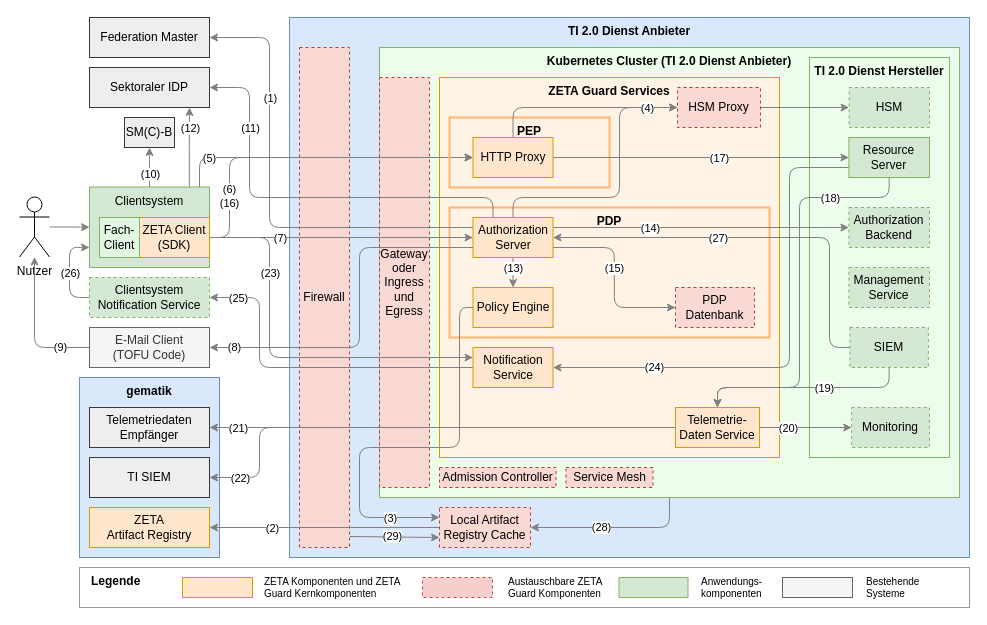
Before: src/drawio/Zero-Trust-Architektur.drawio in gematik/zeta, a draw.io diagram. Source tidied: cells renumbered, new cells numbered last; positions are measured from the earlier drawing's top-left corner, leaving out a move shared by most shapes. Both pictures are drawn from the tidied source at 100%, with x=0, y=0 at pixel (19, 17).
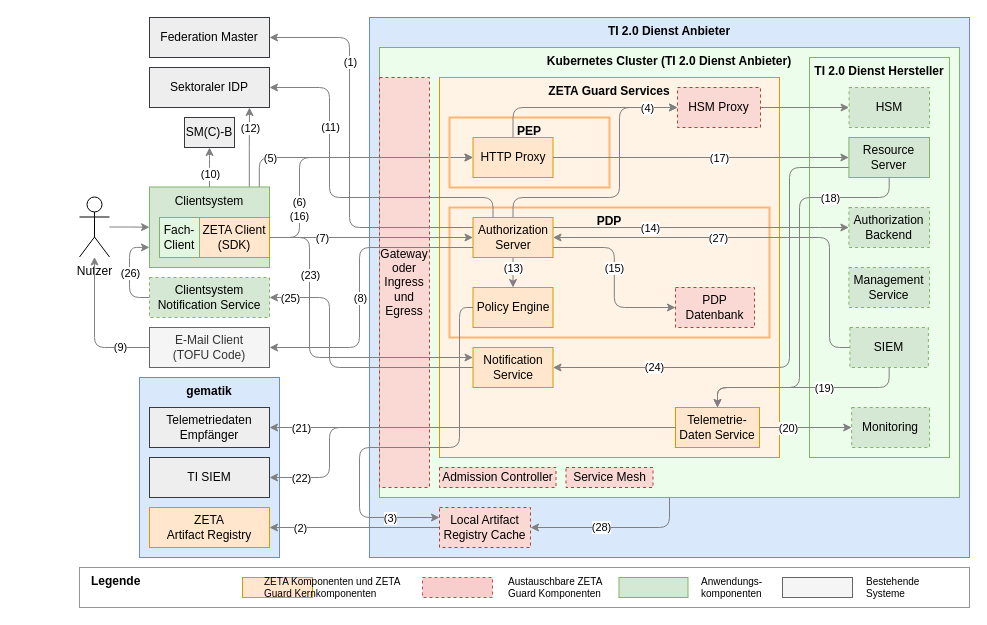
The same diagram, later.

Commit message (it also covers changes not shown here):
chore: Update Zero-Trust-Architektur diagram layout and remove client-instance and test schema files.

The change refers to these unchanged cells:
```xml
<mxCell id="25" value="Authorization Server" style="rounded=0;whiteSpace=wrap;html=1;fillColor=#ffe6cc;strokeColor=#d79b00;" parent="1" vertex="1">
  <mxGeometry x="453.5" y="200" width="80" height="40" as="geometry" />
</mxCell>
<mxCell id="34" value="Telemetrie-Daten&amp;nbsp;&lt;span style=&quot;background-color: initial;&quot;&gt;Service&lt;/span&gt;" style="rounded=0;whiteSpace=wrap;html=1;fillColor=#ffe6cc;strokeColor=#d79b00;" parent="1" vertex="1">
  <mxGeometry x="656" y="390" width="84" height="40" as="geometry" />
</mxCell>
<mxCell id="70" style="edgeStyle=orthogonalEdgeStyle;rounded=1;jettySize=auto;html=1;entryX=1;entryY=0.5;entryDx=0;entryDy=0;exitX=0;exitY=0.75;exitDx=0;exitDy=0;curved=0;strokeColor=#808080;" parent="1" edge="1" source="25" target="50">
  <mxGeometry relative="1" as="geometry">
    <Array as="points">
      <mxPoint x="340" y="230" />
      <mxPoint x="340" y="330" />
    </Array>
  </mxGeometry>
</mxCell>
<mxCell id="80" value="HTTP Proxy" style="rounded=0;whiteSpace=wrap;html=1;fillColor=#ffe6cc;strokeColor=#d79b00;" parent="1" vertex="1">
  <mxGeometry x="453.5" y="120" width="80" height="40" as="geometry" />
</mxCell>
<mxCell id="89" value="&lt;div&gt;Notification Service&lt;/div&gt;" style="rounded=0;whiteSpace=wrap;html=1;fillColor=#ffe6cc;strokeColor=#d79b00;" parent="1" vertex="1">
  <mxGeometry x="453.5" y="330" width="80" height="40" as="geometry" />
</mxCell>
<mxCell id="104" value="Local Artifact Registry Cache" style="rounded=0;whiteSpace=wrap;html=1;dashed=1;fillColor=#fad9d5;strokeColor=#ae4132;" parent="1" vertex="1">
  <mxGeometry x="420" y="490" width="91" height="40" as="geometry" />
</mxCell>
```

Diff of the diagram source:
```diff
@@
+    <mxCell id="15" value="&lt;b&gt;gematik&lt;/b&gt;" style="rounded=0;whiteSpace=wrap;html=1;align=center;verticalAlign=top;strokeColor=#6c8ebf;fillColor=#dae8fc;" parent="1" vertex="1">
+      <mxGeometry x="120" y="360" width="140" height="180" as="geometry" />
+    </mxCell>
     <mxCell id="2" value="&lt;b&gt;TI 2.0 Dienst Anbieter&lt;/b&gt;" style="rounded=0;whiteSpace=wrap;html=1;align=center;verticalAlign=top;strokeColor=#6c8ebf;fillColor=#dae8fc;" parent="1" vertex="1">
-      <mxGeometry x="270" width="680" height="540" as="geometry" />
+      <mxGeometry x="350" width="600" height="540" as="geometry" />
     </mxCell>
@@
-    <mxCell id="9" style="edgeStyle=none;html=1;entryX=0;entryY=0.75;entryDx=0;entryDy=0;exitX=1;exitY=0.978;exitDx=0;exitDy=0;exitPerimeter=0;strokeColor=#808080;" parent="1" edge="1" source="11" target="104">
-      <mxGeometry relative="1" as="geometry" />
-    </mxCell>
-    <mxCell id="10" value="(29)" style="edgeLabel;html=1;align=center;verticalAlign=middle;" parent="9" vertex="1">
-      <mxGeometry x="-0.07" y="1" relative="1" as="geometry" />
-    </mxCell>
-    <mxCell id="11" value="&lt;div&gt;Firewall&lt;/div&gt;" style="rounded=0;whiteSpace=wrap;html=1;verticalAlign=middle;dashed=1;fillColor=#fad9d5;strokeColor=#ae4132;" parent="1" vertex="1">
-      <mxGeometry x="280" y="30" width="50" height="500" as="geometry" />
-    </mxCell>
@@
-    <mxCell id="15" value="&lt;b&gt;gematik&lt;/b&gt;" style="rounded=0;whiteSpace=wrap;html=1;align=center;verticalAlign=top;strokeColor=#6c8ebf;fillColor=#dae8fc;" parent="1" vertex="1">
-      <mxGeometry x="60" y="360" width="140" height="180" as="geometry" />
-    </mxCell>
@@
     <mxCell id="17" style="edgeStyle=orthogonalEdgeStyle;html=1;entryX=1;entryY=0.5;entryDx=0;entryDy=0;exitX=0;exitY=0.25;exitDx=0;exitDy=0;strokeColor=#808080;" parent="1" edge="1" source="25" target="105">
       <mxGeometry relative="1" as="geometry">
         <Array as="points">
-          <mxPoint x="250" y="210" />
-          <mxPoint x="250" y="20" />
+          <mxPoint x="330" y="210" />
+          <mxPoint x="330" y="20" />
         </Array>
       </mxGeometry>
     </mxCell>
@@
     <mxCell id="39" style="edgeStyle=orthogonalEdgeStyle;rounded=1;jettySize=auto;html=1;curved=0;entryX=0;entryY=0.5;entryDx=0;entryDy=0;exitX=1;exitY=0.5;exitDx=0;exitDy=0;strokeColor=#808080;" parent="1" edge="1" source="76" target="80">
       <mxGeometry relative="1" as="geometry">
         <Array as="points">
-          <mxPoint x="210" y="220" />
-          <mxPoint x="210" y="140" />
+          <mxPoint x="280" y="220" />
+          <mxPoint x="280" y="140" />
         </Array>
       </mxGeometry>
     </mxCell>
     <mxCell id="40" value="(6)&lt;div&gt;(16)&lt;/div&gt;" style="edgeLabel;html=1;align=center;verticalAlign=middle;" parent="39" vertex="1">
       <mxGeometry x="-0.54" y="1" relative="1" as="geometry">
-        <mxPoint y="17" as="offset" />
+        <mxPoint y="6" as="offset" />
       </mxGeometry>
     </mxCell>
     <mxCell id="41" style="edgeStyle=orthogonalEdgeStyle;rounded=1;jettySize=auto;html=1;entryX=0.5;entryY=1;entryDx=0;entryDy=0;curved=0;exitX=0.5;exitY=0;exitDx=0;exitDy=0;strokeColor=#808080;" parent="1" edge="1" source="45" target="51">
       <mxGeometry relative="1" as="geometry">
         <Array as="points">
-          <mxPoint x="130" y="140" />
-          <mxPoint x="130" y="140" />
+          <mxPoint x="190" y="140" />
+          <mxPoint x="190" y="140" />
         </Array>
       </mxGeometry>
     </mxCell>
@@
-    <mxCell id="43" style="edgeStyle=orthogonalEdgeStyle;html=1;entryX=0;entryY=0.5;entryDx=0;entryDy=0;strokeColor=#808080;" parent="1" edge="1" source="45" target="80">
+    <mxCell id="43" style="edgeStyle=orthogonalEdgeStyle;html=1;entryX=0;entryY=0.5;entryDx=0;entryDy=0;strokeColor=#808080;exitX=0.915;exitY=0;exitDx=0;exitDy=0;exitPerimeter=0;" parent="1" edge="1" source="45" target="80">
       <mxGeometry relative="1" as="geometry">
         <Array as="points">
-          <mxPoint x="180" y="140" />
+          <mxPoint x="240" y="140" />
         </Array>
       </mxGeometry>
     </mxCell>
     <mxCell id="44" value="(5)" style="edgeLabel;html=1;align=center;verticalAlign=middle;" parent="43" vertex="1">
       <mxGeometry x="-0.35" y="1" relative="1" as="geometry">
-        <mxPoint x="-59" y="1" as="offset" />
+        <mxPoint x="-39" y="1" as="offset" />
       </mxGeometry>
     </mxCell>
     <mxCell id="45" value="Clientsystem" style="rounded=0;whiteSpace=wrap;html=1;fillColor=#d5e8d4;strokeColor=#82b366;verticalAlign=top;" parent="1" vertex="1">
-      <mxGeometry x="70" y="169.5" width="120" height="80.5" as="geometry" />
+      <mxGeometry x="130" y="169.5" width="120" height="80.5" as="geometry" />
     </mxCell>
@@
     <mxCell id="47" value="Nutzer" style="shape=umlActor;verticalLabelPosition=bottom;verticalAlign=top;html=1;outlineConnect=0;" parent="1" vertex="1">
-      <mxGeometry y="179.5" width="30" height="60" as="geometry" />
+      <mxGeometry x="60" y="179.5" width="30" height="60" as="geometry" />
     </mxCell>
@@
     <mxCell id="50" value="E-Mail Client&lt;div&gt;(TOFU Code)&lt;/div&gt;" style="rounded=0;whiteSpace=wrap;html=1;fillColor=#f5f5f5;strokeColor=#666666;fontColor=#333333;" parent="1" vertex="1">
-      <mxGeometry x="70" y="310" width="120" height="40" as="geometry" />
+      <mxGeometry x="130" y="310" width="120" height="40" as="geometry" />
     </mxCell>
     <mxCell id="51" value="SM(C)-B" style="rounded=0;whiteSpace=wrap;html=1;fillColor=#eeeeee;strokeColor=#36393d;" parent="1" vertex="1">
-      <mxGeometry x="105" y="100" width="50" height="30" as="geometry" />
+      <mxGeometry x="165" y="100" width="50" height="30" as="geometry" />
     </mxCell>
     <mxCell id="52" value="Sektoraler IDP" style="rounded=0;whiteSpace=wrap;html=1;fillColor=#eeeeee;strokeColor=#36393d;" parent="1" vertex="1">
-      <mxGeometry x="70" y="50" width="120" height="40" as="geometry" />
+      <mxGeometry x="130" y="50" width="120" height="40" as="geometry" />
     </mxCell>
     <mxCell id="53" style="edgeStyle=orthogonalEdgeStyle;rounded=0;jettySize=auto;html=1;exitX=0.832;exitY=-0.004;exitDx=0;exitDy=0;exitPerimeter=0;strokeColor=#808080;" parent="1" edge="1" source="45">
       <mxGeometry relative="1" as="geometry">
-        <mxPoint x="170" y="90" as="targetPoint" />
+        <mxPoint x="230" y="90" as="targetPoint" />
       </mxGeometry>
     </mxCell>
@@
     <mxCell id="56" style="edgeStyle=orthogonalEdgeStyle;rounded=1;jettySize=auto;html=1;entryX=1;entryY=0.5;entryDx=0;entryDy=0;curved=0;exitX=0;exitY=0.5;exitDx=0;exitDy=0;strokeColor=#808080;" parent="1" edge="1" source="34" target="63">
       <mxGeometry relative="1" as="geometry">
         <Array as="points">
-          <mxPoint x="240" y="410" />
-          <mxPoint x="240" y="460" />
+          <mxPoint x="310" y="410" />
+          <mxPoint x="310" y="460" />
         </Array>
       </mxGeometry>
     </mxCell>
     <mxCell id="57" value="(21)" style="edgeLabel;html=1;align=center;verticalAlign=middle;" parent="56" vertex="1">
       <mxGeometry x="-0.8" relative="1" as="geometry">
-        <mxPoint x="-386" as="offset" />
+        <mxPoint x="-329" as="offset" />
       </mxGeometry>
     </mxCell>
     <mxCell id="58" value="(22)" style="edgeLabel;html=1;align=center;verticalAlign=middle;" parent="56" vertex="1">
       <mxGeometry x="0.86" relative="1" as="geometry">
-        <mxPoint x="-6" as="offset" />
+        <mxPoint x="-1" as="offset" />
       </mxGeometry>
     </mxCell>
@@
     <mxCell id="61" value="&lt;span&gt;Telemetriedaten&lt;/span&gt;&lt;div&gt;&lt;span&gt;Empfänger&lt;/span&gt;&lt;/div&gt;" style="rounded=0;whiteSpace=wrap;html=1;fillColor=#eeeeee;strokeColor=#36393d;" parent="1" vertex="1">
-      <mxGeometry x="70" y="390" width="120" height="40" as="geometry" />
+      <mxGeometry x="130" y="390" width="120" height="40" as="geometry" />
     </mxCell>
     <mxCell id="62" value="&lt;div&gt;ZETA&lt;/div&gt;Artifact Registry" style="rounded=0;whiteSpace=wrap;html=1;fillColor=#ffe6cc;strokeColor=#d79b00;" parent="1" vertex="1">
-      <mxGeometry x="70" y="490" width="120" height="40" as="geometry" />
+      <mxGeometry x="130" y="490" width="120" height="40" as="geometry" />
     </mxCell>
     <mxCell id="63" value="&lt;div&gt;TI SIEM&lt;/div&gt;" style="rounded=0;whiteSpace=wrap;html=1;fillColor=#eeeeee;strokeColor=#36393d;" parent="1" vertex="1">
-      <mxGeometry x="70" y="440" width="120" height="40" as="geometry" />
+      <mxGeometry x="130" y="440" width="120" height="40" as="geometry" />
     </mxCell>
     <mxCell id="64" style="rounded=0;whiteSpace=wrap;html=1;fillColor=#ffe6cc;strokeColor=#d79b00;fontSize=10;" parent="1" vertex="1">
-      <mxGeometry x="163" y="560" width="70" height="20" as="geometry" />
+      <mxGeometry x="223" y="560" width="70" height="20" as="geometry" />
     </mxCell>
@@
     <mxCell id="71" value="(8)" style="edgeLabel;html=1;align=center;verticalAlign=middle;" parent="70" vertex="1">
       <mxGeometry x="0.15" relative="1" as="geometry">
-        <mxPoint x="-126" y="4" as="offset" />
+        <mxPoint y="-11" as="offset" />
       </mxGeometry>
     </mxCell>
     <mxCell id="72" style="edgeStyle=orthogonalEdgeStyle;rounded=1;jettySize=auto;html=1;entryX=0;entryY=0.25;entryDx=0;entryDy=0;curved=0;exitX=1;exitY=0.5;exitDx=0;exitDy=0;strokeColor=#808080;" parent="1" edge="1" source="76" target="89">
       <mxGeometry relative="1" as="geometry">
         <Array as="points">
-          <mxPoint x="250" y="220" />
-          <mxPoint x="250" y="340" />
+          <mxPoint x="290" y="220" />
+          <mxPoint x="290" y="340" />
         </Array>
       </mxGeometry>
     </mxCell>
@@
     <mxCell id="76" value="ZETA Client&lt;div&gt;(SDK)&lt;/div&gt;" style="rounded=0;whiteSpace=wrap;html=1;fillColor=#ffe6cc;strokeColor=#d79b00;" parent="1" vertex="1">
-      <mxGeometry x="120" y="200" width="70" height="40" as="geometry" />
+      <mxGeometry x="180" y="200" width="70" height="40" as="geometry" />
     </mxCell>
@@
     <mxCell id="81" style="edgeStyle=orthogonalEdgeStyle;rounded=1;jettySize=auto;html=1;entryX=1;entryY=0.5;entryDx=0;entryDy=0;exitX=0.25;exitY=0;exitDx=0;exitDy=0;curved=0;strokeColor=#808080;" parent="1" edge="1" source="25" target="52">
       <mxGeometry relative="1" as="geometry">
         <Array as="points">
           <mxPoint x="474" y="180" />
-          <mxPoint x="230" y="180" />
-          <mxPoint x="230" y="70" />
+          <mxPoint x="310" y="180" />
+          <mxPoint x="310" y="70" />
         </Array>
       </mxGeometry>
     </mxCell>
     <mxCell id="82" value="(11)" style="edgeLabel;html=1;align=center;verticalAlign=middle;" parent="81" vertex="1">
       <mxGeometry x="0.51" relative="1" as="geometry">
-        <mxPoint y="-21" as="offset" />
+        <mxPoint y="13" as="offset" />
       </mxGeometry>
     </mxCell>
@@
     <mxCell id="87" style="edgeStyle=orthogonalEdgeStyle;rounded=1;jettySize=auto;html=1;entryX=1;entryY=0.5;entryDx=0;entryDy=0;exitX=0;exitY=0.5;exitDx=0;exitDy=0;curved=0;strokeColor=#808080;" parent="1" edge="1" source="89" target="92">
       <mxGeometry relative="1" as="geometry">
         <Array as="points">
-          <mxPoint x="240" y="350" />
-          <mxPoint x="240" y="280" />
+          <mxPoint x="310" y="350" />
+          <mxPoint x="310" y="280" />
         </Array>
       </mxGeometry>
     </mxCell>
@@
     <mxCell id="90" style="edgeStyle=orthogonalEdgeStyle;rounded=1;jettySize=auto;html=1;entryX=0;entryY=0.75;entryDx=0;entryDy=0;exitX=0;exitY=0.5;exitDx=0;exitDy=0;curved=0;strokeColor=#808080;" parent="1" edge="1" source="92" target="45">
       <mxGeometry relative="1" as="geometry">
         <Array as="points">
-          <mxPoint x="50" y="280" />
-          <mxPoint x="50" y="230" />
+          <mxPoint x="110" y="280" />
+          <mxPoint x="110" y="230" />
         </Array>
       </mxGeometry>
     </mxCell>
@@
     <mxCell id="92" value="Clientsystem Notification Service" style="rounded=0;whiteSpace=wrap;html=1;fillColor=#d5e8d4;strokeColor=#82b366;dashed=1;" parent="1" vertex="1">
-      <mxGeometry x="70" y="260" width="120" height="40" as="geometry" />
+      <mxGeometry x="130" y="260" width="120" height="40" as="geometry" />
     </mxCell>
@@
     <mxCell id="105" value="Federation Master" style="rounded=0;whiteSpace=wrap;html=1;fillColor=#eeeeee;strokeColor=#36393d;" parent="1" vertex="1">
-      <mxGeometry x="70" width="120" height="40" as="geometry" />
+      <mxGeometry x="130" width="120" height="40" as="geometry" />
     </mxCell>
     <mxCell id="106" value="Fach- Client" style="rounded=0;whiteSpace=wrap;html=1;fillColor=#E2F6E1;strokeColor=#82b366;" parent="1" vertex="1">
-      <mxGeometry x="80" y="200" width="40" height="40" as="geometry" />
+      <mxGeometry x="140" y="200" width="40" height="40" as="geometry" />
     </mxCell>
```
